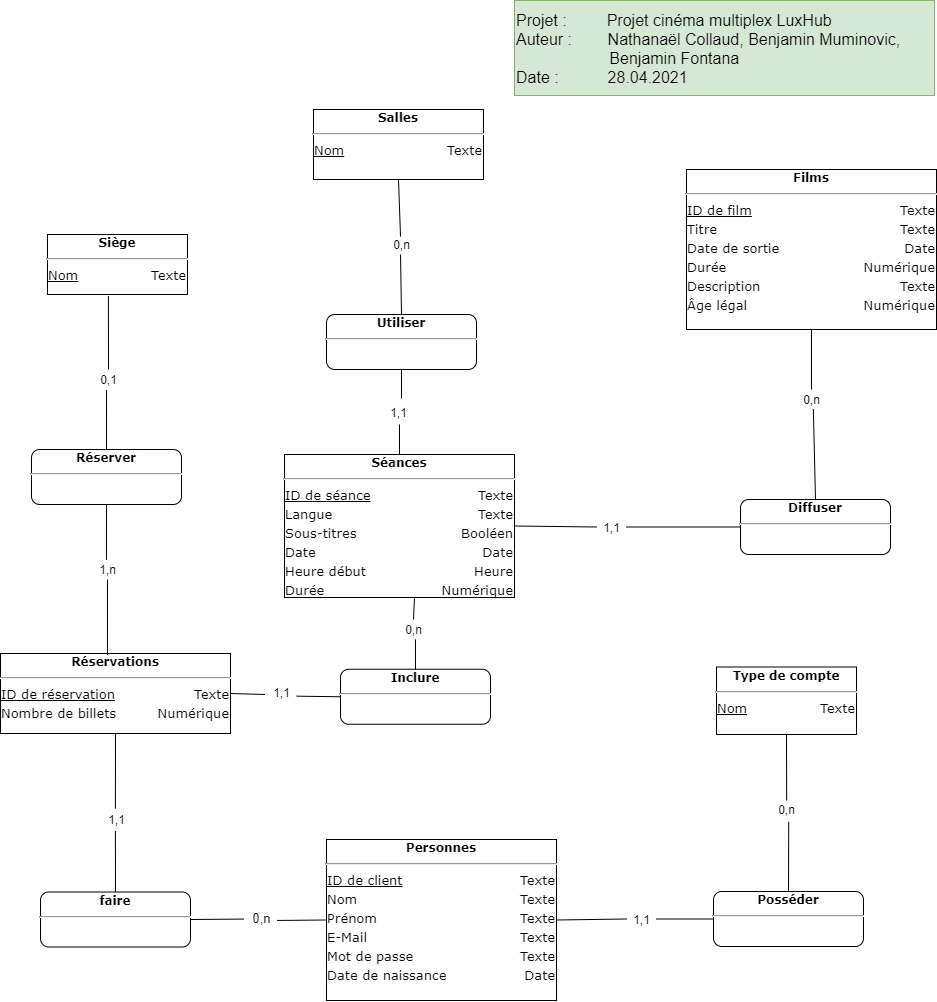
benjaminMum/LuxHub keeps this draw.io diagram as doc/MCD/MCD.png. Above is the earlier version. Source tidied: cells renumbered, new cells last; positions are measured from the earlier drawing's top-left corner, leaving out a move shared by most shapes.
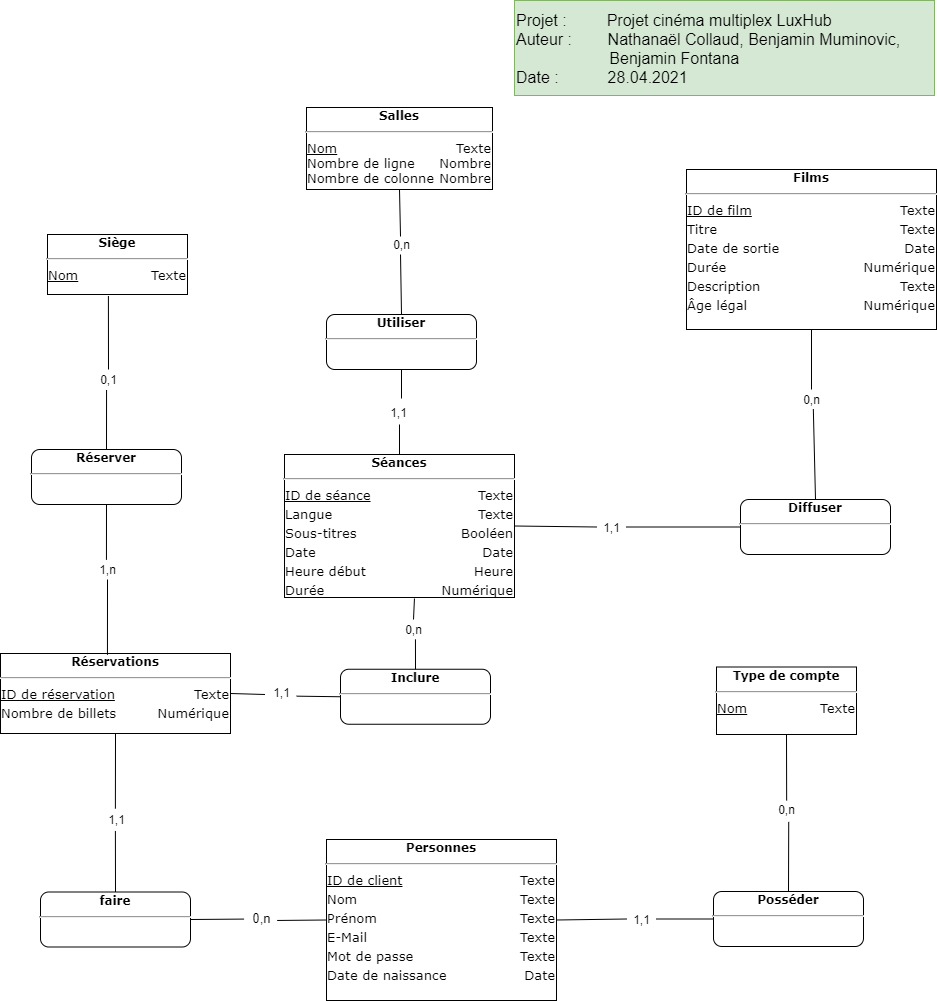
The same file after the commit.

Commit message:
MàJ MCD

Ajouts d'attributs "nombre de ligne" et " nombre de colonne" à l'entité "salles"

Diff of the diagram source:
```diff
@@ -5,8 +5,8 @@
     <mxCell id="2" value="Projet :&amp;nbsp; &amp;nbsp; &amp;nbsp; &amp;nbsp; &amp;nbsp;Projet cinéma multiplex LuxHub&lt;br&gt;&lt;span style=&quot;text-align: center&quot;&gt;Auteur :&amp;nbsp; &amp;nbsp; &amp;nbsp; &amp;nbsp; Nathanaël Collaud, Benjamin Muminovic,&amp;nbsp; &amp;nbsp; &amp;nbsp; &amp;nbsp; &amp;nbsp; &amp;nbsp; &amp;nbsp; &amp;nbsp; &amp;nbsp; &amp;nbsp; &amp;nbsp; &amp;nbsp; &amp;nbsp; &amp;nbsp; &amp;nbsp;Benjamin Fontana&lt;/span&gt;&lt;br&gt;&lt;div&gt;Date :&amp;nbsp; &amp;nbsp; &amp;nbsp; &amp;nbsp; &amp;nbsp; &amp;nbsp;28.04.2021&lt;/div&gt;" style="rounded=0;whiteSpace=wrap;html=1;labelBackgroundColor=none;strokeColor=#82b366;fontSize=16;align=left;fillColor=#d5e8d4;" parent="1" vertex="1">
       <mxGeometry x="514" width="420" height="95" as="geometry" />
     </mxCell>
-    <mxCell id="3" value="&lt;div style=&quot;box-sizing: border-box ; width: 100% ; padding: 2px&quot;&gt;&lt;span style=&quot;background-color: rgb(255 , 255 , 255)&quot;&gt;&lt;b&gt;Salles&lt;/b&gt;&lt;/span&gt;&lt;/div&gt;&lt;hr&gt;&lt;table style=&quot;width: 100% ; font-size: 1em&quot; cellpadding=&quot;2&quot; cellspacing=&quot;0&quot;&gt;&lt;tbody style=&quot;font-size: 13px&quot;&gt;&lt;tr&gt;&lt;td style=&quot;text-align: left&quot;&gt;&lt;u&gt;Nom&lt;/u&gt;&lt;/td&gt;&lt;td style=&quot;text-align: right&quot;&gt;Texte&lt;/td&gt;&lt;/tr&gt;&lt;/tbody&gt;&lt;/table&gt;" style="verticalAlign=top;align=center;overflow=fill;html=1;rounded=0;shadow=0;comic=0;labelBackgroundColor=none;strokeColor=#000000;strokeWidth=1;fillColor=#ffffff;fontFamily=Verdana;fontSize=12;fontColor=#000000;" parent="1" vertex="1">
-      <mxGeometry x="313" y="109" width="170" height="70" as="geometry" />
+    <mxCell id="3" value="&lt;div style=&quot;box-sizing: border-box ; width: 100% ; padding: 2px&quot;&gt;&lt;span style=&quot;background-color: rgb(255 , 255 , 255)&quot;&gt;&lt;b&gt;Salles&lt;/b&gt;&lt;/span&gt;&lt;/div&gt;&lt;hr&gt;&lt;table style=&quot;width: 100% ; font-size: 1em&quot; cellpadding=&quot;2&quot; cellspacing=&quot;0&quot;&gt;&lt;tbody style=&quot;font-size: 13px&quot;&gt;&lt;tr&gt;&lt;td style=&quot;text-align: left&quot;&gt;&lt;u&gt;Nom&lt;/u&gt;&lt;br&gt;Nombre de ligne&lt;br&gt;Nombre de colonne&lt;/td&gt;&lt;td style=&quot;text-align: right&quot;&gt;Texte&lt;br&gt;Nombre&lt;br&gt;Nombre&lt;/td&gt;&lt;/tr&gt;&lt;/tbody&gt;&lt;/table&gt;" style="verticalAlign=top;align=center;overflow=fill;html=1;rounded=0;shadow=0;comic=0;labelBackgroundColor=none;strokeColor=#000000;strokeWidth=1;fillColor=#ffffff;fontFamily=Verdana;fontSize=12;fontColor=#000000;" parent="1" vertex="1">
+      <mxGeometry x="306" y="107" width="186" height="82" as="geometry" />
     </mxCell>
     <mxCell id="4" style="endArrow=none;html=1;exitX=1;exitY=0.5;exitDx=0;exitDy=0;entryX=0;entryY=0.5;entryDx=0;entryDy=0;" parent="1" edge="1" source="6" target="5">
       <mxGeometry relative="1" as="geometry" />
```
